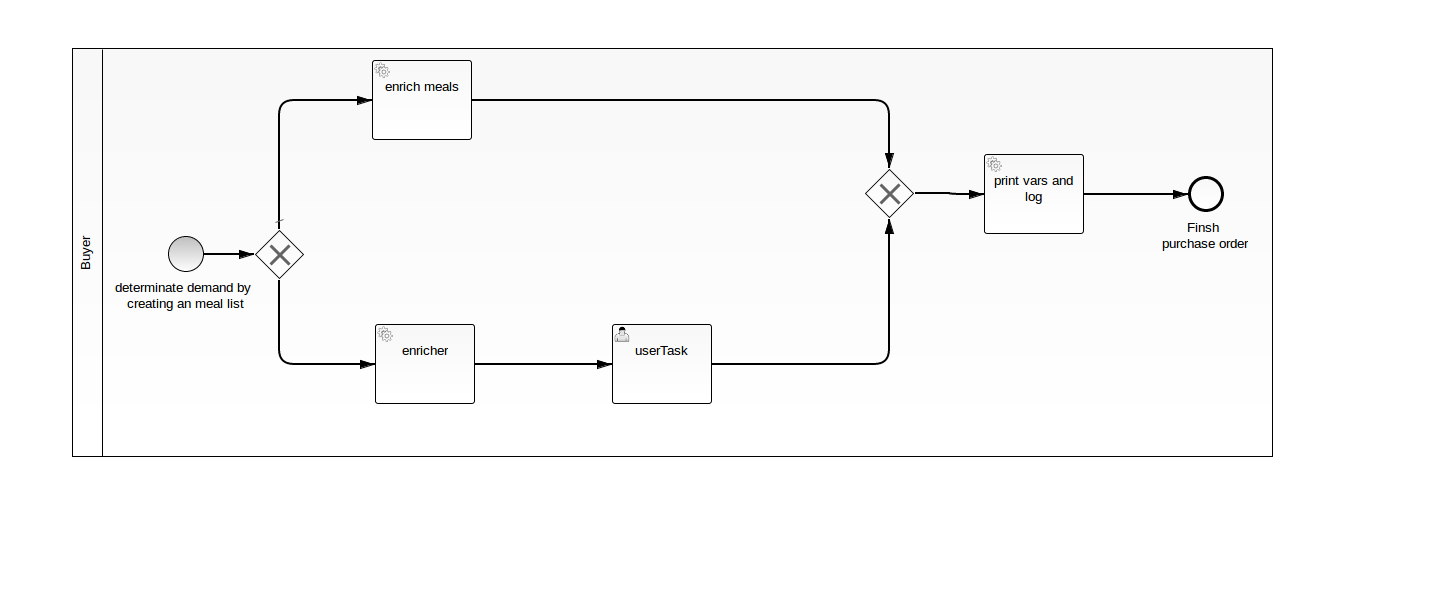
Earlier version of the BPMN export src/main/resources/purchaseOrder.png (electr0Nik/bpmn.comunda.tutorial). Its source is kept beside it as src/main/resources/purchaseOrder.bpmn. Ids are renumbered.
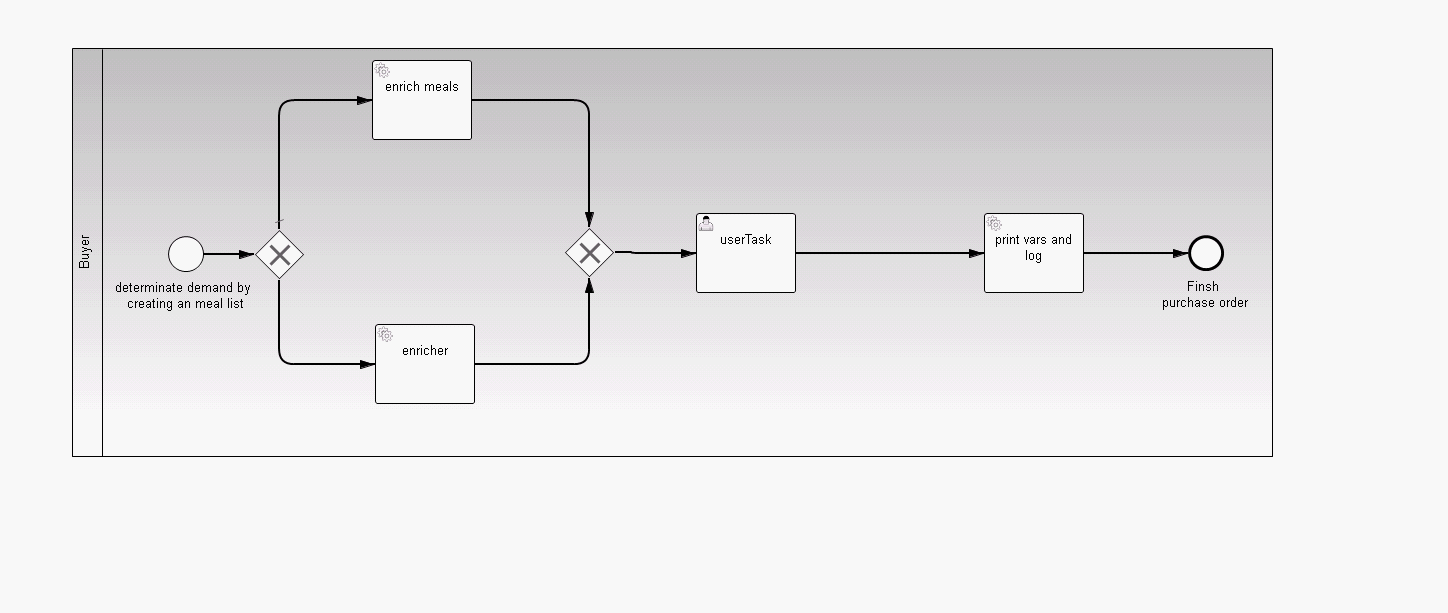
Later version of the same file.

Commit message:
add new form and delegation update bpmn

The edit, as a diff of the source:
```diff
@@ -8,25 +8,25 @@
     </bpmn2:startEvent>
     <bpmn2:serviceTask id="UserTask_1" camunda:class="com.github.electr0nik.camunda.purchaseorder.delegate.MealObjectEnricher" name="enricher">
       <bpmn2:incoming>SequenceFlow_1</bpmn2:incoming>
-      <bpmn2:outgoing>SequenceFlow_2</bpmn2:outgoing>
+      <bpmn2:outgoing>SequenceFlow_6</bpmn2:outgoing>
     </bpmn2:serviceTask>
-    <bpmn2:sequenceFlow id="SequenceFlow_1" name="" sourceRef="ExclusiveGateway_1" targetRef="UserTask_1"/>
+    <bpmn2:sequenceFlow id="SequenceFlow_1" name="" sourceRef="ExclusiveGateway_1" targetRef="UserTask_1">
+      <bpmn2:conditionExpression xsi:type="bpmn2:tFormalExpression">#{isApproved}</bpmn2:conditionExpression>
+    </bpmn2:sequenceFlow>
     <bpmn2:endEvent id="EndEvent_1" name="Finsh &#xA;purchase order">
       <bpmn2:incoming>SequenceFlow_11</bpmn2:incoming>
     </bpmn2:endEvent>
     <bpmn2:userTask id="UserTask_2" camunda:assignee="john" camunda:formKey="embedded:app:forms/processForm.html" name="userTask">
-      <bpmn2:incoming>SequenceFlow_2</bpmn2:incoming>
-      <bpmn2:outgoing>SequenceFlow_3</bpmn2:outgoing>
+      <bpmn2:incoming>SequenceFlow_9</bpmn2:incoming>
+      <bpmn2:outgoing>SequenceFlow_12</bpmn2:outgoing>
     </bpmn2:userTask>
-    <bpmn2:sequenceFlow id="SequenceFlow_2" name="" sourceRef="UserTask_1" targetRef="UserTask_2"/>
     <bpmn2:serviceTask id="ServiceTask_1" camunda:class="com.github.electr0nik.camunda.purchaseorder.delegate.PurchaseOrderJavaDelegate" name="print vars and log">
-      <bpmn2:incoming>SequenceFlow_10</bpmn2:incoming>
+      <bpmn2:incoming>SequenceFlow_12</bpmn2:incoming>
       <bpmn2:outgoing>SequenceFlow_11</bpmn2:outgoing>
     </bpmn2:serviceTask>
-    <bpmn2:sequenceFlow id="SequenceFlow_3" name="" sourceRef="UserTask_2" targetRef="ExclusiveGateway_2"/>
-    <bpmn2:serviceTask id="ServiceTask_2" camunda:class="com.github.electr0nik.camunda.purchaseorder.delegate.MealObjectEnricher" name="enrich meals">
+    <bpmn2:serviceTask id="ServiceTask_2" camunda:class="com.github.electr0nik.camunda.purchaseorder.delegate.MealFormEnricher" name="enrich meals">
       <bpmn2:incoming>SequenceFlow_4</bpmn2:incoming>
-      <bpmn2:outgoing>SequenceFlow_8</bpmn2:outgoing>
+      <bpmn2:outgoing>SequenceFlow_5</bpmn2:outgoing>
     </bpmn2:serviceTask>
     <bpmn2:sequenceFlow id="SequenceFlow_4" name="" sourceRef="ExclusiveGateway_1" targetRef="ServiceTask_2"/>
     <bpmn2:exclusiveGateway id="ExclusiveGateway_1" default="SequenceFlow_4">
@@ -36,13 +36,15 @@
     </bpmn2:exclusiveGateway>
     <bpmn2:sequenceFlow id="SequenceFlow_7" name="" sourceRef="StartEvent_1" targetRef="ExclusiveGateway_1"/>
     <bpmn2:exclusiveGateway id="ExclusiveGateway_2">
-      <bpmn2:incoming>SequenceFlow_8</bpmn2:incoming>
-      <bpmn2:incoming>SequenceFlow_3</bpmn2:incoming>
-      <bpmn2:outgoing>SequenceFlow_10</bpmn2:outgoing>
+      <bpmn2:incoming>SequenceFlow_5</bpmn2:incoming>
+      <bpmn2:incoming>SequenceFlow_6</bpmn2:incoming>
+      <bpmn2:outgoing>SequenceFlow_9</bpmn2:outgoing>
     </bpmn2:exclusiveGateway>
-    <bpmn2:sequenceFlow id="SequenceFlow_8" name="" sourceRef="ServiceTask_2" targetRef="ExclusiveGateway_2"/>
-    <bpmn2:sequenceFlow id="SequenceFlow_10" name="" sourceRef="ExclusiveGateway_2" targetRef="ServiceTask_1"/>
     <bpmn2:sequenceFlow id="SequenceFlow_11" name="" sourceRef="ServiceTask_1" targetRef="EndEvent_1"/>
+    <bpmn2:sequenceFlow id="SequenceFlow_5" name="" sourceRef="ServiceTask_2" targetRef="ExclusiveGateway_2"/>
+    <bpmn2:sequenceFlow id="SequenceFlow_6" name="" sourceRef="UserTask_1" targetRef="ExclusiveGateway_2"/>
+    <bpmn2:sequenceFlow id="SequenceFlow_9" name="" sourceRef="ExclusiveGateway_2" targetRef="UserTask_2"/>
+    <bpmn2:sequenceFlow id="SequenceFlow_12" name="" sourceRef="UserTask_2" targetRef="ServiceTask_1"/>
   </bpmn2:process>
   <bpmndi:BPMNDiagram id="BPMNDiagram_1">
     <bpmndi:BPMNPlane id="BPMNPlane_1" bpmnElement="_Collaboration_6">
@@ -67,33 +69,17 @@
         </bpmndi:BPMNLabel>
       </bpmndi:BPMNEdge>
       <bpmndi:BPMNShape id="_BPMNShape_EndEvent_6" bpmnElement="EndEvent_1">
-        <dc:Bounds height="36.0" width="36.0" x="1188.0" y="176.0"/>
+        <dc:Bounds height="36.0" width="36.0" x="1188.0" y="235.0"/>
         <bpmndi:BPMNLabel>
-          <dc:Bounds height="38.0" width="92.0" x="1160.0" y="217.0"/>
+          <dc:Bounds height="38.0" width="92.0" x="1160.0" y="276.0"/>
         </bpmndi:BPMNLabel>
       </bpmndi:BPMNShape>
       <bpmndi:BPMNShape id="_BPMNShape_UserTask_3" bpmnElement="UserTask_2">
-        <dc:Bounds height="80.0" width="100.0" x="612.0" y="324.0"/>
+        <dc:Bounds height="80.0" width="100.0" x="696.0" y="213.0"/>
       </bpmndi:BPMNShape>
-      <bpmndi:BPMNEdge id="BPMNEdge_SequenceFlow_2" bpmnElement="SequenceFlow_2" sourceElement="_BPMNShape_UserTask_7" targetElement="_BPMNShape_UserTask_3">
-        <di:waypoint xsi:type="dc:Point" x="475.0" y="364.0"/>
-        <di:waypoint xsi:type="dc:Point" x="612.0" y="364.0"/>
-        <bpmndi:BPMNLabel>
-          <dc:Bounds height="6.0" width="6.0" x="482.0" y="364.0"/>
-        </bpmndi:BPMNLabel>
-      </bpmndi:BPMNEdge>
       <bpmndi:BPMNShape id="_BPMNShape_ServiceTask_5" bpmnElement="ServiceTask_1">
-        <dc:Bounds height="80.0" width="100.0" x="984.0" y="154.0"/>
+        <dc:Bounds height="80.0" width="100.0" x="984.0" y="213.0"/>
       </bpmndi:BPMNShape>
-      <bpmndi:BPMNEdge id="BPMNEdge_SequenceFlow_3" bpmnElement="SequenceFlow_3" sourceElement="_BPMNShape_UserTask_3" targetElement="_BPMNShape_ExclusiveGateway_3">
-        <di:waypoint xsi:type="dc:Point" x="712.0" y="364.0"/>
-        <di:waypoint xsi:type="dc:Point" x="788.0" y="364.0"/>
-        <di:waypoint xsi:type="dc:Point" x="889.0" y="364.0"/>
-        <di:waypoint xsi:type="dc:Point" x="889.0" y="218.0"/>
-        <bpmndi:BPMNLabel>
-          <dc:Bounds height="6.0" width="6.0" x="734.0" y="364.0"/>
-        </bpmndi:BPMNLabel>
-      </bpmndi:BPMNEdge>
       <bpmndi:BPMNShape id="_BPMNShape_ServiceTask_6" bpmnElement="ServiceTask_2">
         <dc:Bounds height="80.0" width="100.0" x="372.0" y="60.0"/>
       </bpmndi:BPMNShape>
@@ -113,31 +99,50 @@
         <di:waypoint xsi:type="dc:Point" x="254.0" y="254.0"/>
       </bpmndi:BPMNEdge>
       <bpmndi:BPMNShape id="_BPMNShape_ExclusiveGateway_3" bpmnElement="ExclusiveGateway_2" isMarkerVisible="true">
-        <dc:Bounds height="50.0" width="50.0" x="864.0" y="168.0"/>
+        <dc:Bounds height="50.0" width="50.0" x="564.0" y="227.0"/>
         <bpmndi:BPMNLabel>
-          <dc:Bounds height="0.0" width="0.0" x="889.0" y="223.0"/>
+          <dc:Bounds height="0.0" width="0.0" x="589.0" y="282.0"/>
         </bpmndi:BPMNLabel>
       </bpmndi:BPMNShape>
-      <bpmndi:BPMNEdge id="BPMNEdge_SequenceFlow_8" bpmnElement="SequenceFlow_8" sourceElement="_BPMNShape_ServiceTask_6" targetElement="_BPMNShape_ExclusiveGateway_3">
-        <di:waypoint xsi:type="dc:Point" x="472.0" y="100.0"/>
-        <di:waypoint xsi:type="dc:Point" x="783.0" y="100.0"/>
-        <di:waypoint xsi:type="dc:Point" x="889.0" y="100.0"/>
-        <di:waypoint xsi:type="dc:Point" x="889.0" y="168.0"/>
+      <bpmndi:BPMNEdge id="BPMNEdge_SequenceFlow_11" bpmnElement="SequenceFlow_11" sourceElement="_BPMNShape_ServiceTask_5" targetElement="_BPMNShape_EndEvent_6">
+        <di:waypoint xsi:type="dc:Point" x="1084.0" y="253.0"/>
+        <di:waypoint xsi:type="dc:Point" x="1188.0" y="253.0"/>
         <bpmndi:BPMNLabel>
-          <dc:Bounds height="6.0" width="6.0" x="494.0" y="100.0"/>
+          <dc:Bounds height="6.0" width="6.0" x="1169.0" y="253.0"/>
         </bpmndi:BPMNLabel>
       </bpmndi:BPMNEdge>
-      <bpmndi:BPMNEdge id="BPMNEdge_SequenceFlow_10" bpmnElement="SequenceFlow_10" sourceElement="_BPMNShape_ExclusiveGateway_3" targetElement="_BPMNShape_ServiceTask_5">
-        <di:waypoint xsi:type="dc:Point" x="914.0" y="193.0"/>
-        <di:waypoint xsi:type="dc:Point" x="949.0" y="193.0"/>
-        <di:waypoint xsi:type="dc:Point" x="949.0" y="194.0"/>
-        <di:waypoint xsi:type="dc:Point" x="984.0" y="194.0"/>
+      <bpmndi:BPMNEdge id="BPMNEdge_SequenceFlow_5" bpmnElement="SequenceFlow_5" sourceElement="_BPMNShape_ServiceTask_6" targetElement="_BPMNShape_ExclusiveGateway_3">
+        <di:waypoint xsi:type="dc:Point" x="472.0" y="100.0"/>
+        <di:waypoint xsi:type="dc:Point" x="494.0" y="100.0"/>
+        <di:waypoint xsi:type="dc:Point" x="589.0" y="100.0"/>
+        <di:waypoint xsi:type="dc:Point" x="589.0" y="227.0"/>
+        <bpmndi:BPMNLabel>
+          <dc:Bounds height="6.0" width="6.0" x="568.0" y="100.0"/>
+        </bpmndi:BPMNLabel>
       </bpmndi:BPMNEdge>
-      <bpmndi:BPMNEdge id="BPMNEdge_SequenceFlow_11" bpmnElement="SequenceFlow_11" sourceElement="_BPMNShape_ServiceTask_5" targetElement="_BPMNShape_EndEvent_6">
-        <di:waypoint xsi:type="dc:Point" x="1084.0" y="194.0"/>
-        <di:waypoint xsi:type="dc:Point" x="1188.0" y="194.0"/>
+      <bpmndi:BPMNEdge id="BPMNEdge_SequenceFlow_6" bpmnElement="SequenceFlow_6" sourceElement="_BPMNShape_UserTask_7" targetElement="_BPMNShape_ExclusiveGateway_3">
+        <di:waypoint xsi:type="dc:Point" x="475.0" y="364.0"/>
+        <di:waypoint xsi:type="dc:Point" x="495.0" y="364.0"/>
+        <di:waypoint xsi:type="dc:Point" x="589.0" y="364.0"/>
+        <di:waypoint xsi:type="dc:Point" x="589.0" y="277.0"/>
         <bpmndi:BPMNLabel>
-          <dc:Bounds height="6.0" width="6.0" x="1169.0" y="194.0"/>
+          <dc:Bounds height="6.0" width="6.0" x="547.0" y="364.0"/>
+        </bpmndi:BPMNLabel>
+      </bpmndi:BPMNEdge>
+      <bpmndi:BPMNEdge id="BPMNEdge_SequenceFlow_9" bpmnElement="SequenceFlow_9" sourceElement="_BPMNShape_ExclusiveGateway_3" targetElement="_BPMNShape_UserTask_3">
+        <di:waypoint xsi:type="dc:Point" x="614.0" y="252.0"/>
+        <di:waypoint xsi:type="dc:Point" x="631.0" y="252.0"/>
+        <di:waypoint xsi:type="dc:Point" x="631.0" y="253.0"/>
+        <di:waypoint xsi:type="dc:Point" x="696.0" y="253.0"/>
+        <bpmndi:BPMNLabel>
+          <dc:Bounds height="6.0" width="6.0" x="675.0" y="253.0"/>
+        </bpmndi:BPMNLabel>
+      </bpmndi:BPMNEdge>
+      <bpmndi:BPMNEdge id="BPMNEdge_SequenceFlow_12" bpmnElement="SequenceFlow_12" sourceElement="_BPMNShape_UserTask_3" targetElement="_BPMNShape_ServiceTask_5">
+        <di:waypoint xsi:type="dc:Point" x="796.0" y="253.0"/>
+        <di:waypoint xsi:type="dc:Point" x="984.0" y="253.0"/>
+        <bpmndi:BPMNLabel>
+          <dc:Bounds height="6.0" width="6.0" x="887.0" y="253.0"/>
         </bpmndi:BPMNLabel>
       </bpmndi:BPMNEdge>
     </bpmndi:BPMNPlane>
```
